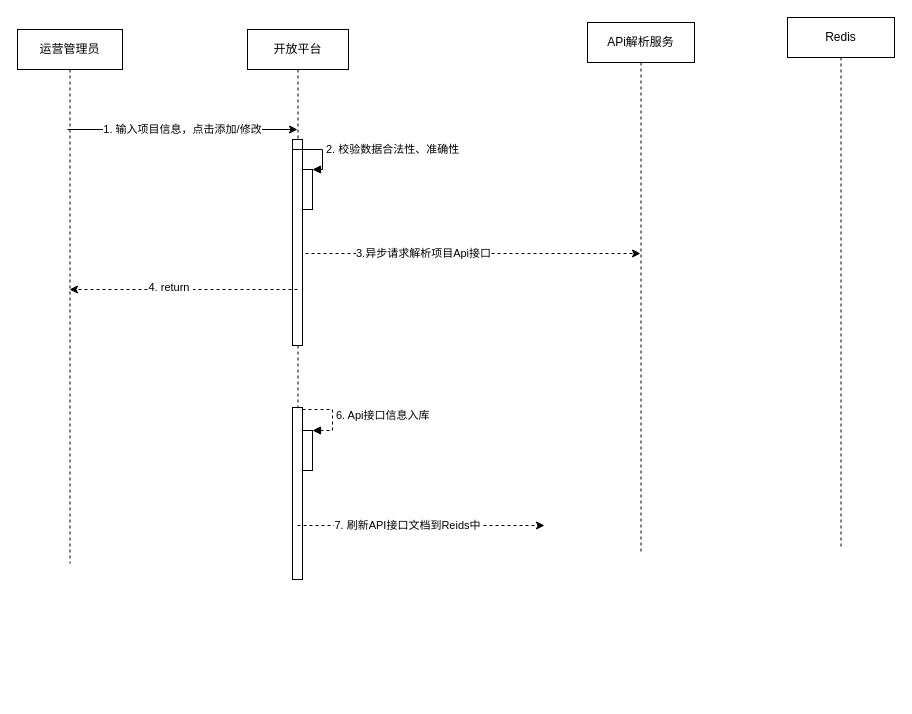
This is 开放平台添加项目功能.drawio from laowang-cloud/diagrams, a draw.io file, before an edit. Source tidied: cells renumbered, new cells numbered last; positions are measured from the earlier drawing's top-left corner, leaving out a move shared by most shapes. Both pictures are drawn from the tidied source at 100%, with x=0, y=0 at pixel (17, 17).
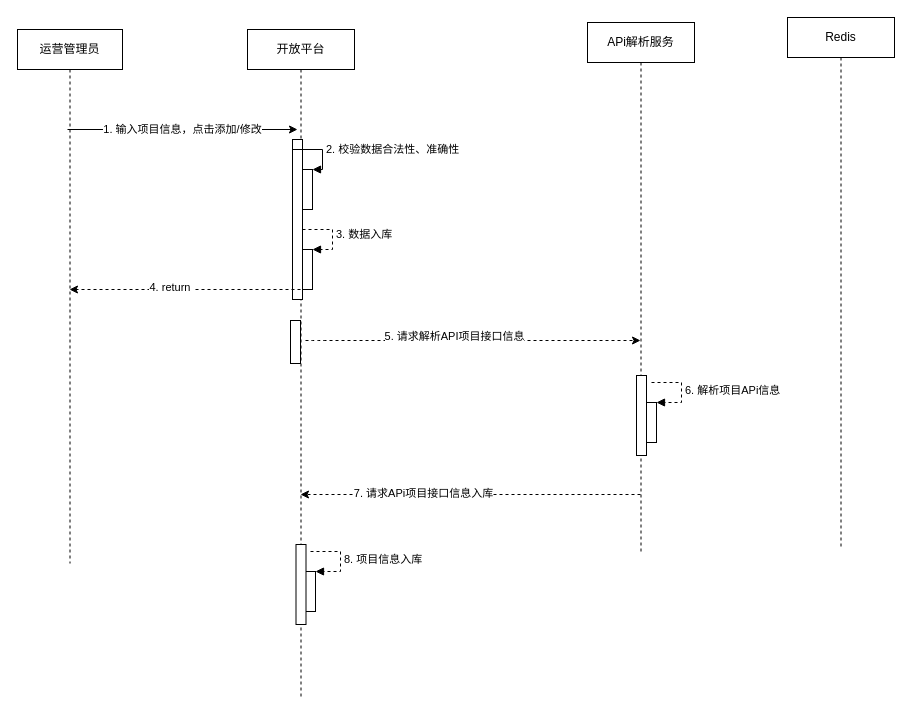
Above is the later version.

Commit message:
更新开放平台添加项目功能.drawio

The change refers to these unchanged cells:
```xml
<mxCell id="16" value="APi解析服务" style="shape=umlLifeline;perimeter=lifelinePerimeter;whiteSpace=wrap;html=1;outlineConnect=0;" parent="1" vertex="1">
  <mxGeometry x="570" y="5" width="107" height="530" as="geometry" />
</mxCell>
```

What changed in the source:
```diff
@@
     <mxCell id="3" value="&lt;span&gt;开放平台&lt;/span&gt;" style="shape=umlLifeline;perimeter=lifelinePerimeter;whiteSpace=wrap;html=1;outlineConnect=0;" parent="1" vertex="1">
-      <mxGeometry x="230" y="12" width="101" height="530" as="geometry" />
+      <mxGeometry x="230" y="12" width="107" height="667" as="geometry" />
     </mxCell>
     <mxCell id="4" style="html=1;perimeter=orthogonalPerimeter;" parent="3" vertex="1">
-      <mxGeometry x="45" y="110" width="10" height="206" as="geometry" />
+      <mxGeometry x="45" y="110" width="10" height="160" as="geometry" />
     </mxCell>
@@
     <mxCell id="7" style="html=1;perimeter=orthogonalPerimeter;" parent="3" vertex="1">
-      <mxGeometry x="45" y="378" width="10" height="172" as="geometry" />
+      <mxGeometry x="43" y="291" width="10" height="43" as="geometry" />
     </mxCell>
-    <mxCell id="8" style="html=1;points=[];perimeter=orthogonalPerimeter;" parent="3" vertex="1">
-      <mxGeometry x="55" y="401" width="10" height="40" as="geometry" />
-    </mxCell>
-    <mxCell id="9" value="6. Api接口信息入库" style="edgeStyle=orthogonalEdgeStyle;html=1;align=left;spacingLeft=2;endArrow=block;rounded=0;entryX=1;entryY=0;dashed=1;" parent="3" edge="1" target="8">
-      <mxGeometry relative="1" as="geometry">
-        <mxPoint x="55" y="380" as="sourcePoint" />
-        <Array as="points">
-          <mxPoint x="85" y="380" />
-        </Array>
-      </mxGeometry>
-    </mxCell>
+    <mxCell id="19" style="html=1;points=[];perimeter=orthogonalPerimeter;" parent="3" vertex="1">
+      <mxGeometry x="55" y="220" width="10" height="40" as="geometry" />
+    </mxCell>
+    <mxCell id="20" value="3. 数据入库" style="edgeStyle=orthogonalEdgeStyle;html=1;align=left;spacingLeft=2;endArrow=block;rounded=0;entryX=1;entryY=0;dashed=1;" parent="3" edge="1" target="19">
+      <mxGeometry relative="1" as="geometry">
+        <mxPoint x="55" y="200" as="sourcePoint" />
+        <Array as="points">
+          <mxPoint x="85" y="200" />
+        </Array>
+      </mxGeometry>
+    </mxCell>
+    <mxCell id="21" style="html=1;points=[];perimeter=orthogonalPerimeter;" parent="3" vertex="1">
+      <mxGeometry x="58" y="542" width="10" height="40" as="geometry" />
+    </mxCell>
+    <mxCell id="22" value="8. 项目信息入库" style="edgeStyle=orthogonalEdgeStyle;html=1;align=left;spacingLeft=2;endArrow=block;rounded=0;entryX=1;entryY=0;dashed=1;" parent="3" edge="1" target="21">
+      <mxGeometry relative="1" as="geometry">
+        <mxPoint x="63" y="522" as="sourcePoint" />
+        <Array as="points">
+          <mxPoint x="93" y="522" />
+        </Array>
+      </mxGeometry>
+    </mxCell>
@@
-    <mxCell id="14" style="endArrow=classic;html=1;dashed=1;" parent="1" edge="1" source="3">
-      <mxGeometry relative="1" as="geometry">
-        <mxPoint x="527" y="508" as="targetPoint" />
-      </mxGeometry>
-    </mxCell>
-    <mxCell id="15" value="7. 刷新API接口文档到Reids中" style="edgeLabel;html=1;align=center;verticalAlign=middle;" parent="14" vertex="1">
-      <mxGeometry x="-0.12" y="1" relative="1" as="geometry" />
-    </mxCell>
@@
-    <mxCell id="17" style="endArrow=classic;html=1;dashed=1;" parent="1" edge="1" target="16">
-      <mxGeometry relative="1" as="geometry">
-        <mxPoint x="288" y="236" as="sourcePoint" />
-        <Array as="points">
-          <mxPoint x="377" y="236" />
-          <mxPoint x="522" y="236" />
-        </Array>
-      </mxGeometry>
-    </mxCell>
-    <mxCell id="18" value="3.异步请求解析项目Api接口" style="edgeLabel;html=1;align=center;verticalAlign=middle;" parent="17" vertex="1">
-      <mxGeometry x="-0.3" y="1" relative="1" as="geometry" />
-    </mxCell>
+    <mxCell id="23" style="html=1;perimeter=orthogonalPerimeter;" parent="16" vertex="1">
+      <mxGeometry x="49" y="353" width="10" height="80" as="geometry" />
+    </mxCell>
+    <mxCell id="24" style="html=1;points=[];perimeter=orthogonalPerimeter;" parent="16" vertex="1">
+      <mxGeometry x="59" y="380" width="10" height="40" as="geometry" />
+    </mxCell>
+    <mxCell id="25" value="6. 解析项目APi信息" style="edgeStyle=orthogonalEdgeStyle;html=1;align=left;spacingLeft=2;endArrow=block;rounded=0;entryX=1;entryY=0;dashed=1;" parent="16" edge="1" target="24">
+      <mxGeometry relative="1" as="geometry">
+        <mxPoint x="64" y="360" as="sourcePoint" />
+        <Array as="points">
+          <mxPoint x="94" y="360" />
+        </Array>
+      </mxGeometry>
+    </mxCell>
+    <mxCell id="26" style="endArrow=classic;html=1;dashed=1;" parent="1" edge="1" target="16">
+      <mxGeometry relative="1" as="geometry">
+        <mxPoint x="288" y="323" as="sourcePoint" />
+        <Array as="points">
+          <mxPoint x="299" y="323" />
+        </Array>
+      </mxGeometry>
+    </mxCell>
+    <mxCell id="27" value="5. 请求解析API项目接口信息" style="edgeLabel;html=1;align=center;verticalAlign=middle;" parent="26" vertex="1">
+      <mxGeometry x="-0.13" y="2" relative="1" as="geometry">
+        <mxPoint x="2" y="-3" as="offset" />
+      </mxGeometry>
+    </mxCell>
+    <mxCell id="28" style="endArrow=classic;html=1;dashed=1;" parent="1" edge="1" source="16" target="3">
+      <mxGeometry relative="1" as="geometry">
+        <Array as="points">
+          <mxPoint x="460" y="477" />
+        </Array>
+      </mxGeometry>
+    </mxCell>
+    <mxCell id="29" value="7. 请求APi项目接口信息入库" style="edgeLabel;html=1;align=center;verticalAlign=middle;" parent="28" vertex="1">
+      <mxGeometry x="0.28" y="-2" relative="1" as="geometry" />
+    </mxCell>
+    <mxCell id="30" style="html=1;perimeter=orthogonalPerimeter;" parent="1" vertex="1">
+      <mxGeometry x="278.5" y="527" width="10" height="80" as="geometry" />
+    </mxCell>
```
